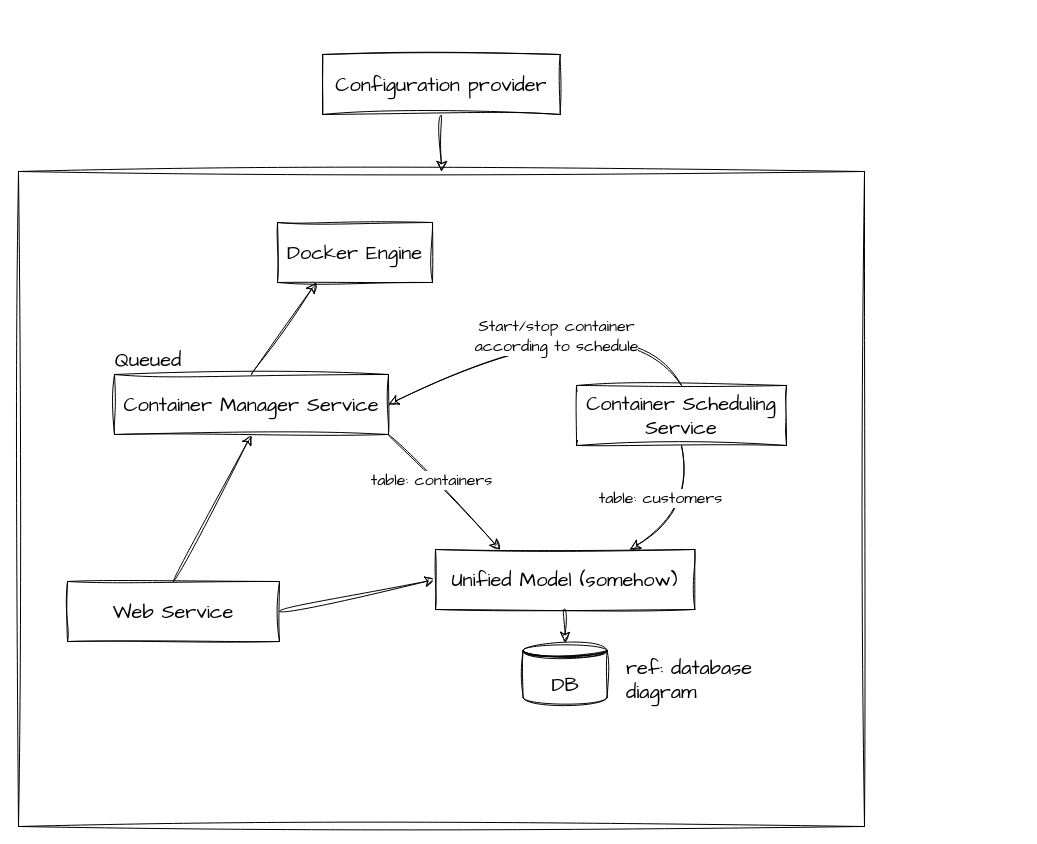
Earlier version of the draw.io diagram page "services-cut" (1 of 3) of docs/caas-diagram.drawio (lc-at/dockurr). Source tidied: cells renumbered, new cells numbered last; positions are measured from the earlier drawing's top-left corner, leaving out a move shared by most shapes. Both pictures are drawn from the tidied source at 100%, with x=0, y=0 at pixel (18, 54).
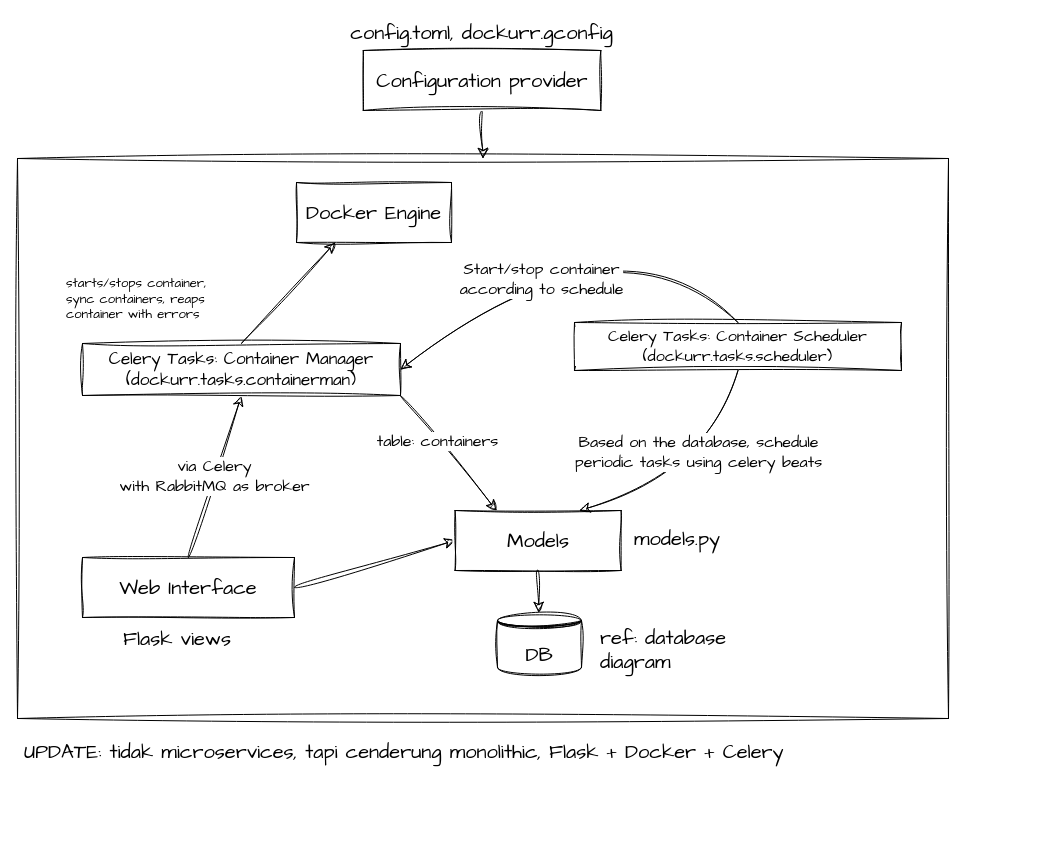
The same diagram, later.

The change refers to these unchanged cells:
```xml
<mxCell id="6" style="group;" parent="1" vertex="1">
  <mxGeometry x="39" y="327" width="962" height="445" as="geometry" />
</mxCell>
```

Diff of the diagram source:
```diff
@@
     <mxCell id="2" style="edgeStyle=none;curved=1;rounded=0;sketch=1;hachureGap=4;jiggle=2;curveFitting=1;orthogonalLoop=1;jettySize=auto;html=1;exitX=0.75;exitY=0;exitDx=0;exitDy=0;fontFamily=Architects Daughter;fontSize=16;startSize=8;endSize=8;" parent="1" edge="1">
       <mxGeometry relative="1" as="geometry">
-        <mxPoint x="441.5" y="512" as="sourcePoint" />
-        <mxPoint x="441.5" y="512" as="targetPoint" />
+        <mxPoint x="456.5" y="488" as="sourcePoint" />
+        <mxPoint x="456.5" y="488" as="targetPoint" />
       </mxGeometry>
     </mxCell>
-    <mxCell id="3" style="edgeStyle=none;curved=1;rounded=0;sketch=1;hachureGap=4;jiggle=2;curveFitting=1;jettySize=auto;html=1;exitX=0.5;exitY=0;exitDx=0;exitDy=0;entryX=0.5;entryY=1;entryDx=0;entryDy=0;fontFamily=Architects Daughter;fontSize=16;startSize=8;endSize=8;" parent="1" edge="1" source="5" target="15">
+    <mxCell id="3" value="via Celery&lt;br&gt;with RabbitMQ as broker" style="edgeStyle=none;curved=1;rounded=0;sketch=1;hachureGap=4;jiggle=2;curveFitting=1;jettySize=auto;html=1;exitX=0.5;exitY=0;exitDx=0;exitDy=0;entryX=0.5;entryY=1;entryDx=0;entryDy=0;fontFamily=Architects Daughter;fontSize=16;startSize=8;endSize=8;" parent="1" edge="1" source="5" target="15">
       <mxGeometry relative="1" as="geometry" />
     </mxCell>
@@
-    <mxCell id="5" value="Web Service" style="rounded=0;whiteSpace=wrap;html=1;sketch=1;hachureGap=4;jiggle=2;curveFitting=1;fontFamily=Architects Daughter;fontSize=20;fontStyle=0;" parent="1" vertex="1">
-      <mxGeometry x="49" y="527" width="212" height="60" as="geometry" />
+    <mxCell id="5" value="Web Interface" style="rounded=0;whiteSpace=wrap;html=1;sketch=1;hachureGap=4;jiggle=2;curveFitting=1;fontFamily=Architects Daughter;fontSize=20;fontStyle=0;" parent="1" vertex="1">
+      <mxGeometry x="64" y="503" width="212" height="60" as="geometry" />
     </mxCell>
@@
     <mxCell id="7" style="swimlane;startSize=0;sketch=1;hachureGap=4;jiggle=2;curveFitting=1;fontFamily=Architects Daughter;fontSize=20;" parent="6" vertex="1">
-      <mxGeometry x="-39" y="-210" width="846" height="655" as="geometry" />
+      <mxGeometry x="-40" y="-223" width="931" height="560" as="geometry" />
     </mxCell>
-    <mxCell id="8" value="Unified Model (somehow)" style="whiteSpace=wrap;html=1;sketch=1;hachureGap=4;jiggle=2;curveFitting=1;fontFamily=Architects Daughter;fontSize=20;" parent="7" vertex="1">
-      <mxGeometry x="417" y="378" width="259.3" height="60" as="geometry" />
+    <mxCell id="8" value="Models" style="whiteSpace=wrap;html=1;sketch=1;hachureGap=4;jiggle=2;curveFitting=1;fontFamily=Architects Daughter;fontSize=20;" parent="7" vertex="1">
+      <mxGeometry x="437.6" y="352" width="166" height="60" as="geometry" />
     </mxCell>
     <mxCell id="9" style="group;" parent="7" vertex="1">
-      <mxGeometry x="504.6" y="471" width="268" height="63" as="geometry" />
+      <mxGeometry x="480" y="454" width="268" height="63" as="geometry" />
     </mxCell>
@@
-    <mxCell id="13" value="Container Scheduling Service" style="rounded=0;whiteSpace=wrap;html=1;sketch=1;hachureGap=4;jiggle=2;curveFitting=1;fontFamily=Architects Daughter;fontSize=20;labelBackgroundColor=default;fontStyle=0;" parent="7" vertex="1">
-      <mxGeometry x="558" y="214" width="210" height="60" as="geometry" />
+    <mxCell id="13" value="Celery Tasks: Container Scheduler (dockurr.tasks.scheduler)" style="rounded=0;whiteSpace=wrap;html=1;sketch=1;hachureGap=4;jiggle=2;curveFitting=1;fontFamily=Architects Daughter;fontSize=16;labelBackgroundColor=default;fontStyle=0;" parent="7" vertex="1">
+      <mxGeometry x="557" y="164" width="327" height="48" as="geometry" />
     </mxCell>
-    <mxCell id="14" value="table: customers" style="edgeStyle=none;curved=1;rounded=0;sketch=1;hachureGap=4;jiggle=2;curveFitting=1;jettySize=auto;html=1;exitX=0.5;exitY=1;exitDx=0;exitDy=0;fontFamily=Architects Daughter;fontSize=16;startSize=8;endSize=8;entryX=0.75;entryY=0;entryDx=0;entryDy=0;" parent="7" edge="1" source="13" target="8">
-      <mxGeometry x="0.28" y="-28" relative="1" as="geometry">
+    <mxCell id="14" value="Based on the database, schedule&lt;br&gt;periodic tasks using celery beats" style="edgeStyle=none;curved=1;rounded=0;sketch=1;hachureGap=4;jiggle=2;curveFitting=1;jettySize=auto;html=1;exitX=0.5;exitY=1;exitDx=0;exitDy=0;fontFamily=Architects Daughter;fontSize=16;startSize=8;endSize=8;entryX=0.75;entryY=0;entryDx=0;entryDy=0;" parent="7" edge="1" source="13" target="8">
+      <mxGeometry x="-0.08" y="-21" relative="1" as="geometry">
         <Array as="points">
-          <mxPoint x="681" y="336" />
+          <mxPoint x="696" y="312" />
         </Array>
       </mxGeometry>
     </mxCell>
-    <mxCell id="15" value="Container Manager Service" style="rounded=0;whiteSpace=wrap;html=1;sketch=1;hachureGap=4;jiggle=2;curveFitting=1;fontFamily=Architects Daughter;fontSize=20;fontStyle=0;" parent="7" vertex="1">
-      <mxGeometry x="96" y="203" width="274" height="60" as="geometry" />
+    <mxCell id="15" value="Celery Tasks: Container Manager (dockurr.tasks.containerman)" style="rounded=0;whiteSpace=wrap;html=1;sketch=1;hachureGap=4;jiggle=2;curveFitting=1;fontFamily=Architects Daughter;fontSize=17;fontStyle=0;" parent="7" vertex="1">
+      <mxGeometry x="65" y="185" width="318" height="52" as="geometry" />
     </mxCell>
     <mxCell id="16" value="table: containers" style="edgeStyle=none;curved=1;rounded=0;sketch=1;hachureGap=4;jiggle=2;curveFitting=1;jettySize=auto;html=1;exitX=1;exitY=1;exitDx=0;exitDy=0;fontFamily=Architects Daughter;fontSize=16;startSize=8;endSize=8;entryX=0.25;entryY=0;entryDx=0;entryDy=0;" parent="7" edge="1" source="15" target="8">
-      <mxGeometry x="-0.22" y="-1" relative="1" as="geometry" />
+      <mxGeometry x="-0.21" y="-1" relative="1" as="geometry" />
     </mxCell>
@@
-    <mxCell id="18" value="Queued" style="text;strokeColor=none;align=center;fillColor=none;html=1;verticalAlign=middle;whiteSpace=wrap;rounded=0;fontSize=20;fontFamily=Architects Daughter;" parent="7" vertex="1">
-      <mxGeometry x="100" y="173" width="60" height="30" as="geometry" />
-    </mxCell>
     <mxCell id="19" value="Docker Engine" style="rounded=0;whiteSpace=wrap;html=1;sketch=1;hachureGap=4;jiggle=2;curveFitting=1;fontFamily=Architects Daughter;fontSize=20;" parent="7" vertex="1">
-      <mxGeometry x="259" y="51" width="155" height="60" as="geometry" />
+      <mxGeometry x="279" y="24" width="155" height="60" as="geometry" />
     </mxCell>
@@
     <mxCell id="21" value="Start/stop container&lt;br&gt;according to schedule" style="edgeStyle=none;curved=1;rounded=0;sketch=1;hachureGap=4;jiggle=2;curveFitting=1;jettySize=auto;html=1;exitX=0.5;exitY=0;exitDx=0;exitDy=0;entryX=1;entryY=0.5;entryDx=0;entryDy=0;fontFamily=Architects Daughter;fontSize=16;startSize=8;endSize=8;" parent="7" edge="1" source="13" target="15">
-      <mxGeometry x="0.03" y="13" relative="1" as="geometry">
+      <mxGeometry x="0.25" y="15" relative="1" as="geometry">
         <Array as="points">
-          <mxPoint x="605" y="118" />
+          <mxPoint x="600" y="44" />
         </Array>
       </mxGeometry>
     </mxCell>
+    <mxCell id="24" value="Flask views" style="text;strokeColor=none;align=center;fillColor=none;html=1;verticalAlign=middle;whiteSpace=wrap;rounded=0;fontSize=20;fontFamily=Architects Daughter;" parent="7" vertex="1">
+      <mxGeometry x="83" y="465" width="154.1" height="30" as="geometry" />
+    </mxCell>
+    <mxCell id="25" value="models.py" style="text;strokeColor=none;align=center;fillColor=none;html=1;verticalAlign=middle;whiteSpace=wrap;rounded=0;fontSize=20;fontFamily=Architects Daughter;" parent="7" vertex="1">
+      <mxGeometry x="630" y="365" width="60" height="30" as="geometry" />
+    </mxCell>
+    <mxCell id="26" value="starts/stops container, sync containers, reaps container with errors" style="text;strokeColor=none;align=left;fillColor=none;html=1;verticalAlign=middle;whiteSpace=wrap;rounded=0;fontSize=13;fontFamily=Architects Daughter;" parent="7" vertex="1">
+      <mxGeometry x="47" y="126" width="166" height="30" as="geometry" />
+    </mxCell>
+    <mxCell id="27" value="UPDATE: tidak microservices, tapi cenderung monolithic, Flask + Docker + Celery" style="text;strokeColor=none;align=left;fillColor=none;html=1;verticalAlign=middle;whiteSpace=wrap;rounded=0;fontSize=20;fontFamily=Architects Daughter;" parent="6" vertex="1">
+      <mxGeometry x="-35" y="355" width="832" height="30" as="geometry" />
+    </mxCell>
@@
     <mxCell id="23" value="Configuration provider" style="rounded=0;whiteSpace=wrap;html=1;sketch=1;hachureGap=4;jiggle=2;curveFitting=1;fontFamily=Architects Daughter;fontSize=20;" parent="1" vertex="1">
-      <mxGeometry x="304.2" width="237.5" height="60" as="geometry" />
+      <mxGeometry x="344.8" y="-4" width="237.5" height="60" as="geometry" />
     </mxCell>
+    <mxCell id="28" value="config.toml, dockurr.gconfig" style="text;strokeColor=none;align=center;fillColor=none;html=1;verticalAlign=middle;whiteSpace=wrap;rounded=0;fontSize=20;fontFamily=Architects Daughter;" parent="1" vertex="1">
+      <mxGeometry x="308" y="-37" width="311" height="30" as="geometry" />
+    </mxCell>
```
